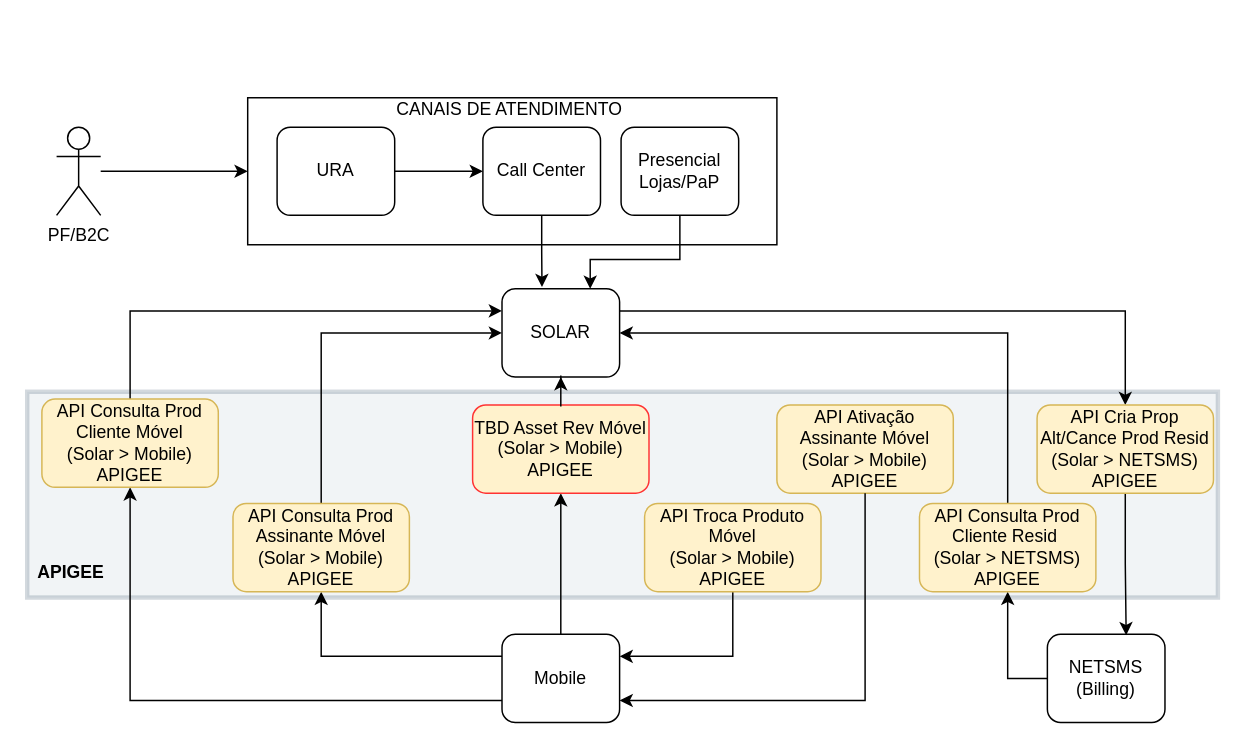
Above: page "Venda Base PF - Resid e Móvel - Call Center Rec" (3 of 6) of 100574 - Nova forma de comercializar produto (Preço Anual).drawio in samirali/ClaroBrasil (draw.io), before the change. Source tidied: cells renumbered, new cells numbered last; positions are measured from the earlier drawing's top-left corner, leaving out a move shared by most shapes. Both pictures are drawn from the tidied source at 147%, with x=0, y=0 at pixel (26, 87).
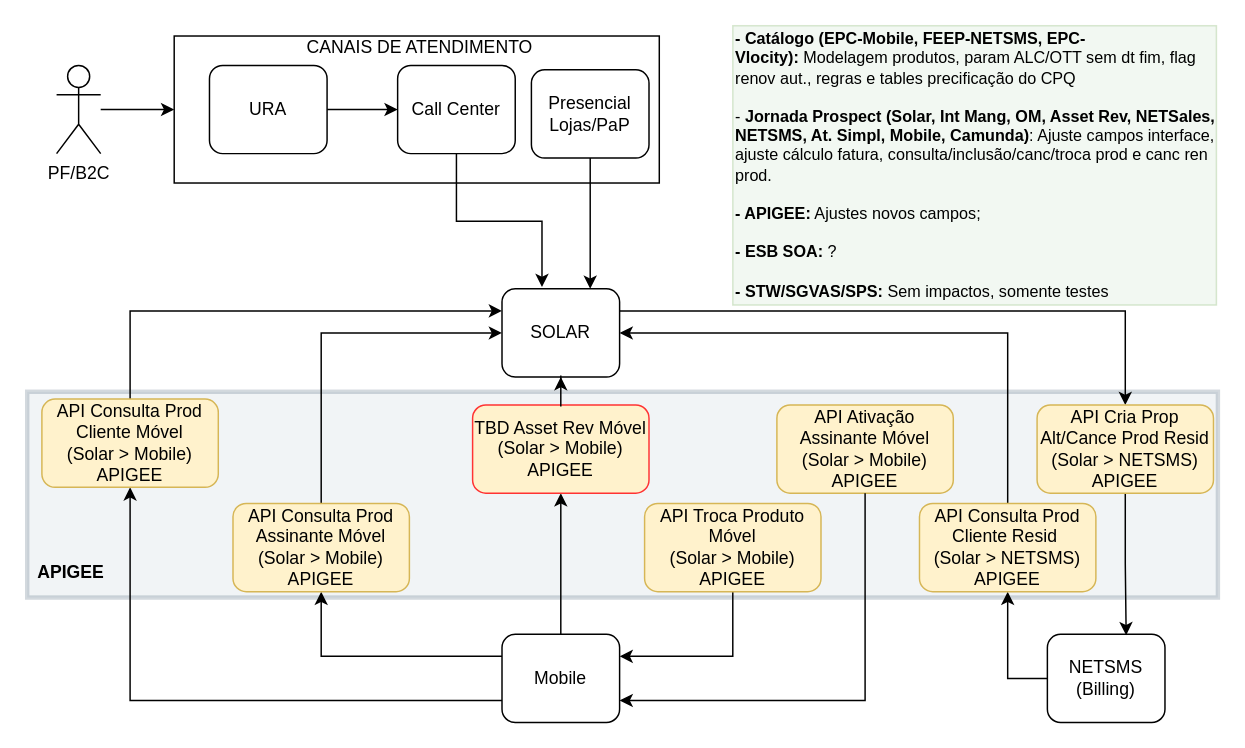
After the change.

Unchanged cells that the change refers to:
```xml
<mxCell id="7" value="SOLAR" style="rounded=1;whiteSpace=wrap;html=1;" parent="1" vertex="1">
  <mxGeometry x="323" y="137" width="80" height="60" as="geometry" />
</mxCell>
```

Change to the diagram source:
```diff
@@
     <mxCell id="3" value="&lt;div style=&quot;line-height: 0%;&quot;&gt;&lt;br&gt;&lt;/div&gt;" style="rounded=0;whiteSpace=wrap;html=1;align=center;" parent="1" vertex="1">
-      <mxGeometry x="150" y="7" width="360" height="100" as="geometry" />
+      <mxGeometry x="100" y="-35" width="330" height="100" as="geometry" />
     </mxCell>
@@
     <mxCell id="9" value="PF/B2C" style="shape=umlActor;verticalLabelPosition=bottom;verticalAlign=top;html=1;outlineConnect=0;" parent="1" vertex="1">
-      <mxGeometry x="20" y="27" width="30" height="60" as="geometry" />
+      <mxGeometry x="20" y="-15" width="30" height="60" as="geometry" />
     </mxCell>
     <mxCell id="10" value="CANAIS DE ATENDIMENTO&amp;nbsp;" style="text;html=1;align=center;verticalAlign=middle;whiteSpace=wrap;rounded=0;" parent="1" vertex="1">
-      <mxGeometry x="220" width="220" height="30" as="geometry" />
+      <mxGeometry x="159" y="-42" width="220" height="30" as="geometry" />
     </mxCell>
@@
     <mxCell id="12" value="URA" style="rounded=1;whiteSpace=wrap;html=1;" parent="1" vertex="1">
-      <mxGeometry x="170" y="27" width="80" height="60" as="geometry" />
+      <mxGeometry x="124" y="-15" width="80" height="60" as="geometry" />
     </mxCell>
@@
     <mxCell id="19" value="Call Center" style="rounded=1;whiteSpace=wrap;html=1;" parent="1" vertex="1">
-      <mxGeometry x="310" y="27" width="80" height="60" as="geometry" />
+      <mxGeometry x="252" y="-15" width="80" height="60" as="geometry" />
     </mxCell>
     <mxCell id="20" style="edgeStyle=orthogonalEdgeStyle;rounded=0;jettySize=auto;html=1;entryX=0.75;entryY=0;entryDx=0;entryDy=0;" parent="1" edge="1" source="21" target="7">
-      <mxGeometry relative="1" as="geometry">
-        <Array as="points">
-          <mxPoint x="444" y="117" />
-          <mxPoint x="383" y="117" />
-        </Array>
-      </mxGeometry>
+      <mxGeometry relative="1" as="geometry" />
     </mxCell>
     <mxCell id="21" value="Presencial Lojas/PaP" style="rounded=1;whiteSpace=wrap;html=1;" parent="1" vertex="1">
-      <mxGeometry x="404" y="27" width="80" height="60" as="geometry" />
+      <mxGeometry x="343" y="-12" width="80" height="60" as="geometry" />
     </mxCell>
@@
+    <mxCell id="36" value="&lt;b style=&quot;font-size: 11px;&quot;&gt;- Catálogo (EPC-Mobile, FEEP-NETSMS, EPC-Vlocity):&lt;/b&gt;&amp;nbsp;&lt;span style=&quot;background-color: initial; font-size: 11px;&quot;&gt;Modelagem produtos, param ALC/OTT sem dt fim, flag renov aut.,&amp;nbsp;&lt;/span&gt;&lt;span style=&quot;background-color: initial; font-size: 11px;&quot;&gt;regras e tables precificação do CPQ&lt;/span&gt;&lt;div&gt;&lt;br&gt;&lt;div style=&quot;font-size: 11px;&quot;&gt;- &lt;b style=&quot;font-size: 11px;&quot;&gt;Jornada Prospect (Solar, Int Mang, OM, Asset Rev, NETSales, NETSMS, At. Simpl, Mobile, Camunda)&lt;/b&gt;: Ajuste campos interface, ajuste cálculo fatura, consulta/inclusão/canc/troca prod e canc ren prod.&lt;/div&gt;&lt;/div&gt;&lt;div style=&quot;font-size: 11px;&quot;&gt;&lt;br&gt;&lt;/div&gt;&lt;div style=&quot;font-size: 11px;&quot;&gt;&lt;b&gt;- APIGEE:&lt;/b&gt; Ajustes novos campos&lt;span style=&quot;background-color: initial;&quot;&gt;;&lt;/span&gt;&lt;/div&gt;&lt;div style=&quot;font-size: 11px;&quot;&gt;&lt;span style=&quot;background-color: initial;&quot;&gt;&amp;nbsp;&lt;/span&gt;&lt;/div&gt;&lt;div style=&quot;font-size: 11px;&quot;&gt;&lt;b&gt;- ESB SOA:&lt;/b&gt; ?&lt;/div&gt;&lt;div style=&quot;font-size: 11px;&quot;&gt;&lt;br&gt;&lt;/div&gt;&lt;div style=&quot;font-size: 11px;&quot;&gt;&lt;b&gt;- STW/SGVAS/SPS:&lt;/b&gt; Sem impactos, somente testes&lt;/div&gt;" style="text;html=1;align=left;verticalAlign=middle;whiteSpace=wrap;rounded=0;fontSize=11;fillColor=#d5e8d4;strokeColor=#82b366;opacity=30;" parent="1" vertex="1">
+      <mxGeometry x="480" y="-42" width="329" height="190" as="geometry" />
+    </mxCell>
```
